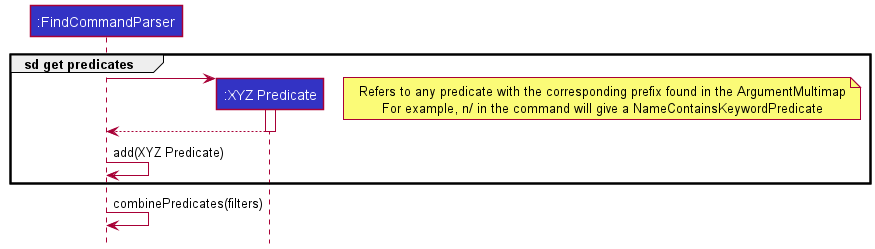
szelongq/tp keeps this PlantUML diagram as docs/images/FindCommandGetPredicateDiagram.png. Above is the earlier version. Source of this version:
```plantuml
@startuml
!include style.puml

participant ":FindCommandParser" as FindCommandParser LOGIC_COLOR
participant ":XYZ Predicate" as Predicate LOGIC_COLOR

group sd get predicates
    create Predicate
    FindCommandParser -> Predicate
    note right
        Refers to any predicate with the corresponding prefix found in the ArgumentMultimap
        For example, n/ in the command will give a NameContainsKeywordPredicate
    end note
    activate Predicate

    Predicate --> FindCommandParser
    deactivate Predicate

    FindCommandParser -> FindCommandParser : add(XYZ Predicate)
end

FindCommandParser -> FindCommandParser : combinePredicates(filters)

@enduml
```
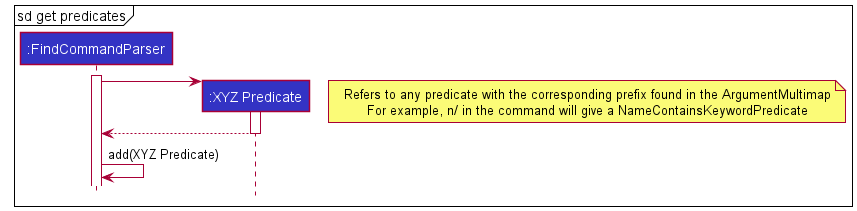
Later version of the same file.

Commit message:
update find command in dev guide

Change to the diagram source:
```diff
@@ -4,7 +4,8 @@
 participant ":FindCommandParser" as FindCommandParser LOGIC_COLOR
 participant ":XYZ Predicate" as Predicate LOGIC_COLOR
 
-group sd get predicates
+mainframe sd get predicates
+    activate FindCommandParser
     create Predicate
     FindCommandParser -> Predicate
     note right
@@ -17,8 +18,5 @@
     deactivate Predicate
 
     FindCommandParser -> FindCommandParser : add(XYZ Predicate)
-end
-
-FindCommandParser -> FindCommandParser : combinePredicates(filters)
 
 @enduml
```
